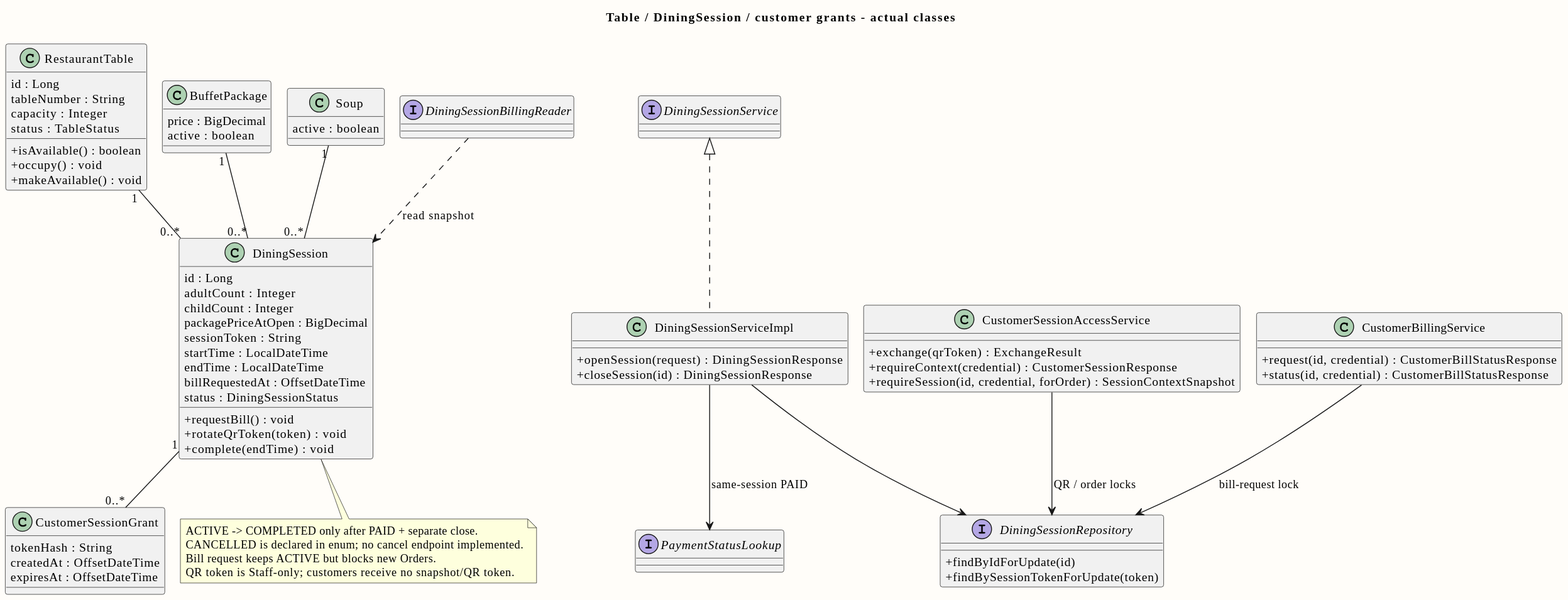
Above: doc/diagrams/previews/class-table-session.svg in PavaritPramual/buffet-restaurant-management-system (PlantUML), before the change.
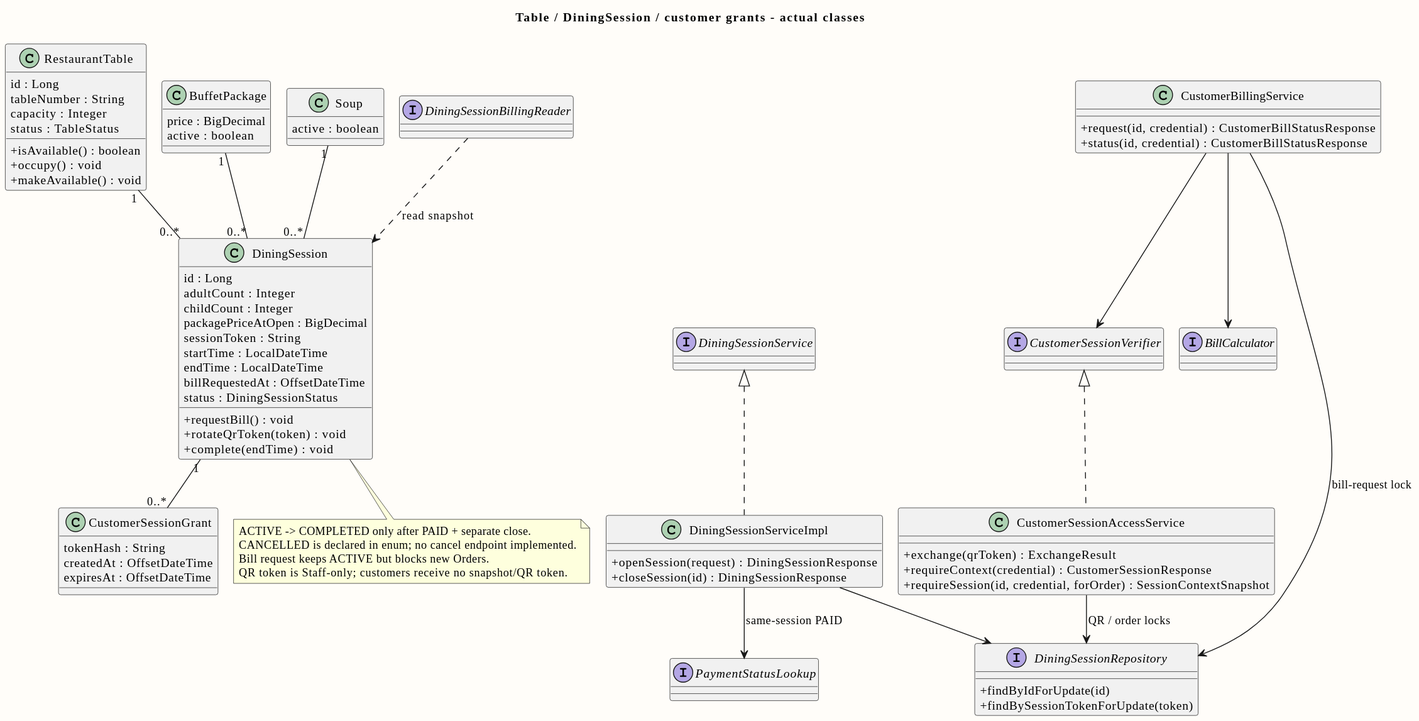
The same file after the commit.

Change to the diagram source:
```diff
@@ -54,6 +54,11 @@
  +request(id, credential) : CustomerBillStatusResponse
  +status(id, credential) : CustomerBillStatusResponse
 }
+interface CustomerSessionVerifier
+interface BillCalculator
+CustomerSessionVerifier <|.. CustomerSessionAccessService
+CustomerBillingService --> CustomerSessionVerifier
+CustomerBillingService --> BillCalculator
 interface DiningSessionBillingReader
 interface PaymentStatusLookup
 interface DiningSessionRepository {
```
